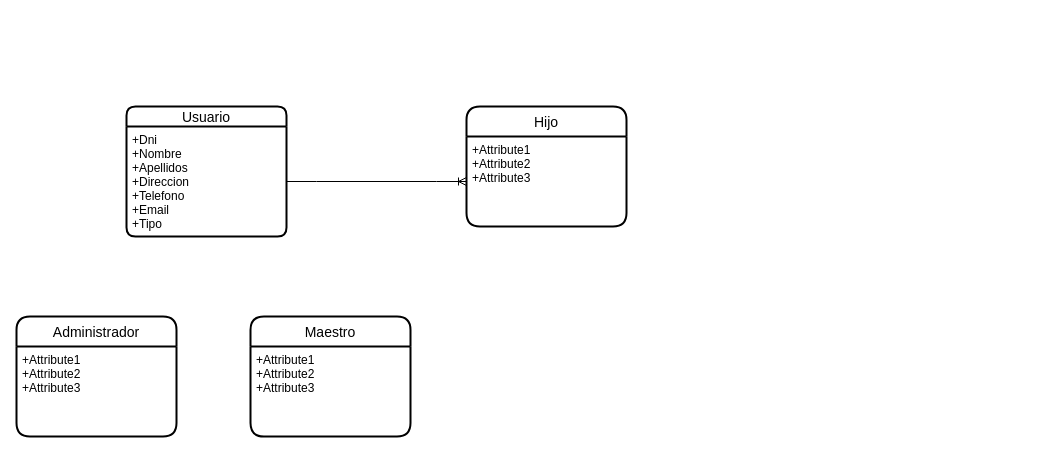
This is Untitled Diagram.drawio from KBL-C/AppHuertoOlivo, a draw.io file, before an edit. Source tidied: cells renumbered, new cells numbered last; positions are measured from the earlier drawing's top-left corner, leaving out a move shared by most shapes. Both pictures are drawn from the tidied source at 100%, with x=0, y=0 at pixel (16, 106).
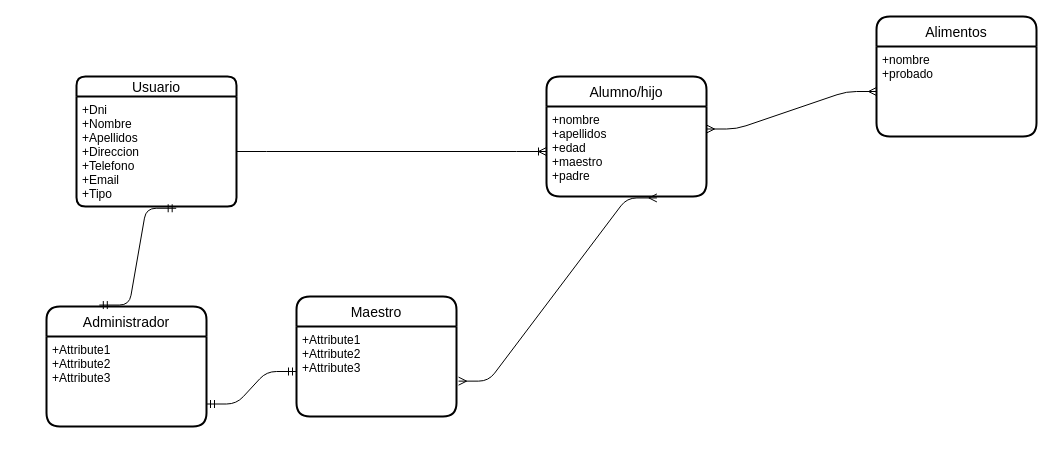
The same diagram, later.

The edit, as a diff of the source:
```diff
@@
 <mxGraphModel>
   <root>
     <mxCell id="0" />
     <mxCell id="1" parent="0" />
     <mxCell id="2" value="Usuario" style="swimlane;horizontal=1;startSize=20;rounded=1;fontSize=14;fontStyle=0;strokeWidth=2;shadow=0;dashed=0;align=center;" parent="1" vertex="1">
-      <mxGeometry x="110" width="160" height="130" as="geometry" />
+      <mxGeometry x="60" y="-30" width="160" height="130" as="geometry" />
     </mxCell>
     <mxCell id="3" value="+Dni&#10;+Nombre&#10;+Apellidos&#10;+Direccion&#10;+Telefono&#10;+Email&#10;+Tipo" style="align=left;strokeColor=none;fillColor=none;spacingLeft=4;fontSize=12;verticalAlign=top;" parent="2" vertex="1">
       <mxGeometry y="20" width="160" height="110" as="geometry" />
     </mxCell>
     <mxCell id="4" value="Administrador" style="swimlane;horizontal=1;startSize=30;rounded=1;fontSize=14;fontStyle=0;strokeWidth=2;shadow=0;dashed=0;align=center;" parent="1" vertex="1">
-      <mxGeometry y="210" width="160" height="120" as="geometry" />
+      <mxGeometry x="30" y="200" width="160" height="120" as="geometry" />
     </mxCell>
     <mxCell id="5" value="+Attribute1&#10;+Attribute2&#10;+Attribute3" style="align=left;strokeColor=none;fillColor=none;spacingLeft=4;fontSize=12;verticalAlign=top;" parent="4" vertex="1">
       <mxGeometry y="30" width="160" height="90" as="geometry" />
     </mxCell>
     <mxCell id="6" value="Maestro" style="swimlane;horizontal=1;startSize=30;rounded=1;fontSize=14;fontStyle=0;strokeWidth=2;shadow=0;dashed=0;align=center;" parent="1" vertex="1">
-      <mxGeometry x="234" y="210" width="160" height="120" as="geometry" />
+      <mxGeometry x="280" y="190" width="160" height="120" as="geometry" />
     </mxCell>
     <mxCell id="7" value="+Attribute1&#10;+Attribute2&#10;+Attribute3" style="align=left;strokeColor=none;fillColor=none;spacingLeft=4;fontSize=12;verticalAlign=top;" parent="6" vertex="1">
       <mxGeometry y="30" width="160" height="90" as="geometry" />
     </mxCell>
-    <mxCell id="8" value="Hijo" style="swimlane;horizontal=1;startSize=30;rounded=1;fontSize=14;fontStyle=0;strokeWidth=2;shadow=0;dashed=0;align=center;" parent="1" vertex="1">
-      <mxGeometry x="450" width="160" height="120" as="geometry" />
+    <mxCell id="8" value="Alumno/hijo" style="swimlane;horizontal=1;startSize=30;rounded=1;fontSize=14;fontStyle=0;strokeWidth=2;shadow=0;dashed=0;align=center;" parent="1" vertex="1">
+      <mxGeometry x="530" y="-30" width="160" height="120" as="geometry" />
     </mxCell>
-    <mxCell id="9" value="+Attribute1&#10;+Attribute2&#10;+Attribute3" style="align=left;strokeColor=none;fillColor=none;spacingLeft=4;fontSize=12;verticalAlign=top;" parent="8" vertex="1">
+    <mxCell id="9" value="+nombre&#10;+apellidos&#10;+edad&#10;+maestro&#10;+padre" style="align=left;strokeColor=none;fillColor=none;spacingLeft=4;fontSize=12;verticalAlign=top;" parent="8" vertex="1">
       <mxGeometry y="30" width="160" height="90" as="geometry" />
     </mxCell>
     <mxCell id="10" style="edgeStyle=entityRelationEdgeStyle;fontSize=12;html=1;endArrow=ERoneToMany;rounded=0;entryX=0;entryY=0.5;entryDx=0;entryDy=0;" parent="1" edge="1" source="3" target="9">
       <mxGeometry relative="1" as="geometry" />
     </mxCell>
+    <mxCell id="11" value="Alimentos" style="swimlane;horizontal=1;startSize=30;rounded=1;fontSize=14;fontStyle=0;strokeWidth=2;shadow=0;dashed=0;align=center;" parent="1" vertex="1">
+      <mxGeometry x="860" y="-90" width="160" height="120" as="geometry" />
+    </mxCell>
+    <mxCell id="12" value="+nombre&#10;+probado" style="align=left;strokeColor=none;fillColor=none;spacingLeft=4;fontSize=12;verticalAlign=top;" parent="11" vertex="1">
+      <mxGeometry y="30" width="160" height="90" as="geometry" />
+    </mxCell>
+    <mxCell id="13" style="edgeStyle=entityRelationEdgeStyle;fontSize=12;html=1;endArrow=ERmany;startArrow=ERmany;exitX=1;exitY=0.25;exitDx=0;exitDy=0;" parent="1" edge="1" source="9" target="12">
+      <mxGeometry relative="1" as="geometry" />
+    </mxCell>
+    <mxCell id="14" style="edgeStyle=entityRelationEdgeStyle;fontSize=12;html=1;endArrow=ERmany;startArrow=ERmany;exitX=1.013;exitY=0.607;exitDx=0;exitDy=0;exitPerimeter=0;entryX=0.69;entryY=1.016;entryDx=0;entryDy=0;entryPerimeter=0;" parent="1" edge="1" source="7" target="9">
+      <mxGeometry relative="1" as="geometry" />
+    </mxCell>
+    <mxCell id="15" style="edgeStyle=entityRelationEdgeStyle;fontSize=12;html=1;endArrow=ERmandOne;startArrow=ERmandOne;exitX=0.33;exitY=-0.012;exitDx=0;exitDy=0;exitPerimeter=0;entryX=0.623;entryY=1.016;entryDx=0;entryDy=0;entryPerimeter=0;" parent="1" edge="1" source="4" target="3">
+      <mxGeometry relative="1" as="geometry" />
+    </mxCell>
+    <mxCell id="16" style="edgeStyle=entityRelationEdgeStyle;fontSize=12;html=1;endArrow=ERmandOne;startArrow=ERmandOne;exitX=1;exitY=0.75;exitDx=0;exitDy=0;" parent="1" edge="1" source="5" target="7">
+      <mxGeometry relative="1" as="geometry" />
+    </mxCell>
   </root>
 </mxGraphModel>
```
